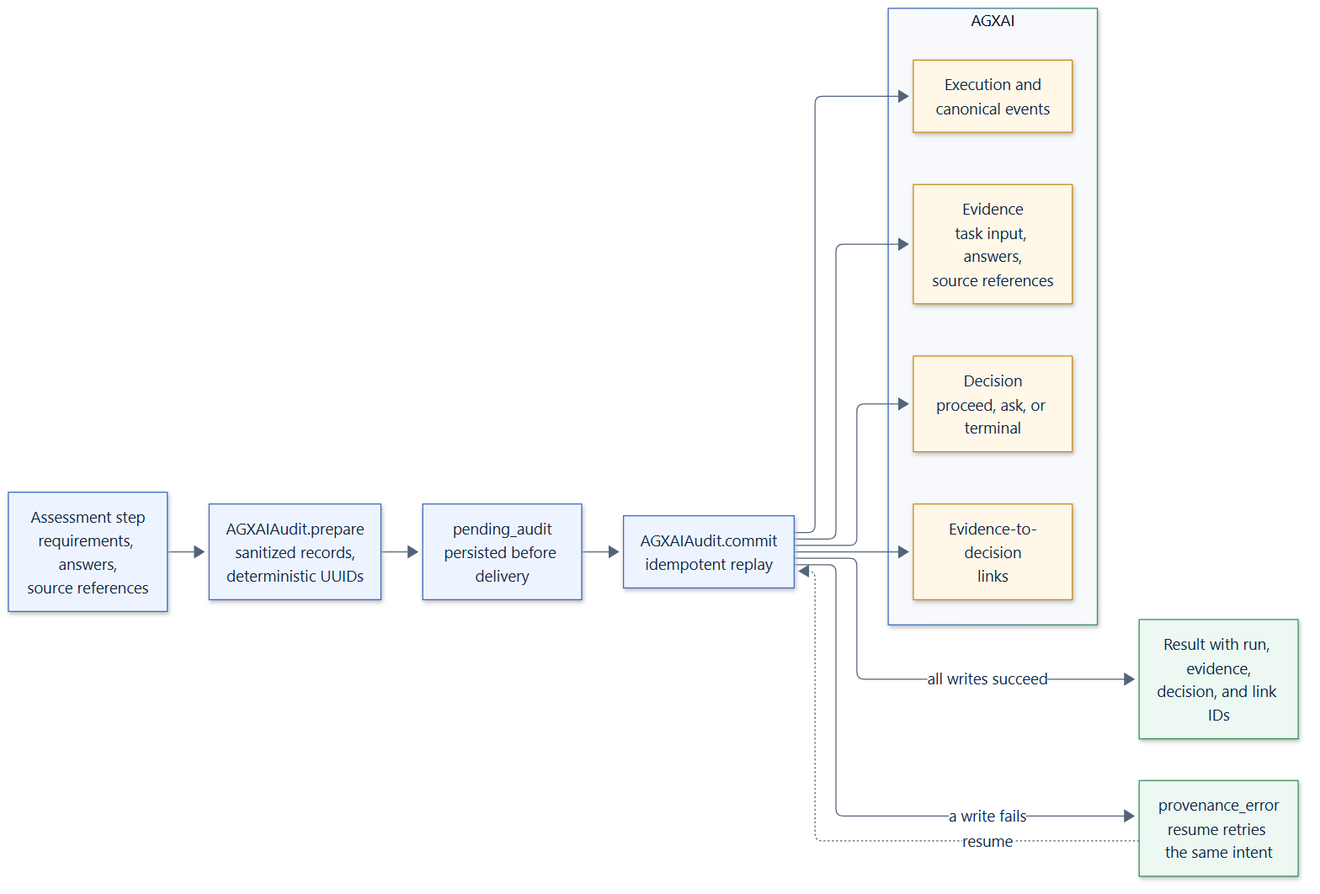
smuniharish/sufficiency-engine keeps this Mermaid diagram as docs/assets/diagrams/provenance-flow.png. Above is the earlier version. Its source is kept beside it as diagrams/provenance-flow.mmd. Source of this version:
```mermaid
flowchart LR
    classDef core fill:#eef4ff,stroke:#3567c7,color:#0f2547
    classDef provider fill:#fff7e8,stroke:#c98a12,color:#0f2547
    classDef app fill:#ecf8f1,stroke:#2f8f5b,color:#0f2547

    state["Assessment step<br/>requirements, answers,<br/>source references"]:::core
    prepare["AGXAIAudit.prepare<br/>sanitized records,<br/>deterministic UUIDs"]:::core
    intent["pending_audit<br/>persisted before delivery"]:::core
    commit["AGXAIAudit.commit<br/>idempotent replay"]:::core

    subgraph AGXAI["AGXAI"]
        execution["Execution and<br/>canonical events"]:::provider
        evidence["Evidence<br/>task input, answers,<br/>source references"]:::provider
        decision["Decision<br/>proceed, ask, or terminal"]:::provider
        links["Evidence-to-decision<br/>links"]:::provider
    end

    result["Result with run, evidence,<br/>decision, and link IDs"]:::app
    retry["provenance_error<br/>resume retries the same intent"]:::app

    state --> prepare --> intent --> commit
    commit --> execution
    commit --> evidence
    commit --> decision
    commit --> links
    commit -- "all writes succeed" --> result
    commit -- "a write fails" --> retry -. "resume" .-> commit
```
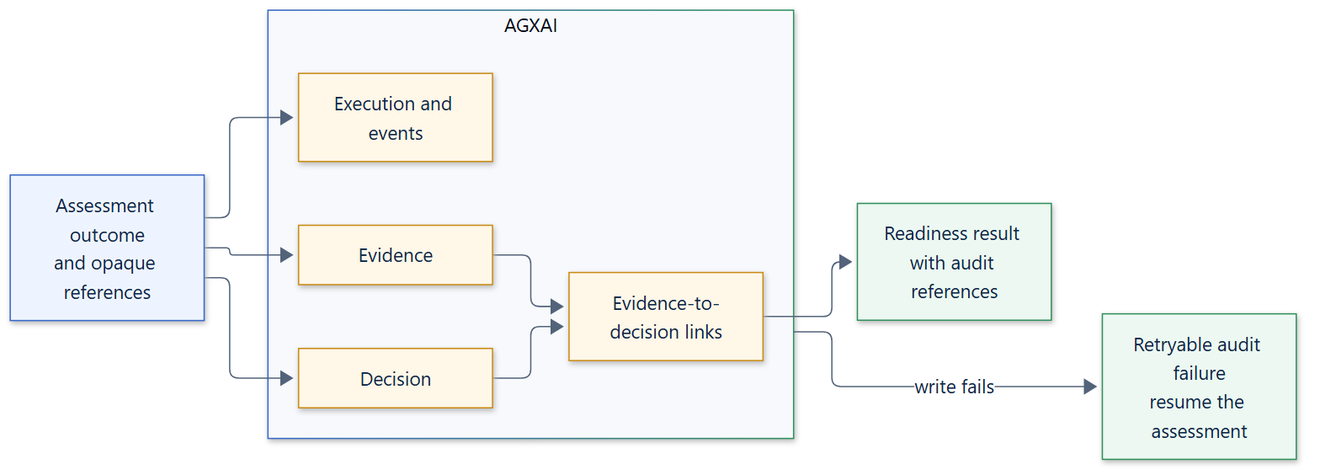
After the commit.

The edit, as a diff of the source:
```diff
@@ -3,25 +3,22 @@
     classDef provider fill:#fff7e8,stroke:#c98a12,color:#0f2547
     classDef app fill:#ecf8f1,stroke:#2f8f5b,color:#0f2547
 
-    state["Assessment step<br/>requirements, answers,<br/>source references"]:::core
-    prepare["AGXAIAudit.prepare<br/>sanitized records,<br/>deterministic UUIDs"]:::core
-    intent["pending_audit<br/>persisted before delivery"]:::core
-    commit["AGXAIAudit.commit<br/>idempotent replay"]:::core
+    state["Assessment outcome<br/>and opaque references"]:::core
 
     subgraph AGXAI["AGXAI"]
-        execution["Execution and<br/>canonical events"]:::provider
-        evidence["Evidence<br/>task input, answers,<br/>source references"]:::provider
-        decision["Decision<br/>proceed, ask, or terminal"]:::provider
-        links["Evidence-to-decision<br/>links"]:::provider
+        execution["Execution and events"]:::provider
+        evidence["Evidence"]:::provider
+        decision["Decision"]:::provider
+        links["Evidence-to-decision links"]:::provider
     end
 
-    result["Result with run, evidence,<br/>decision, and link IDs"]:::app
-    retry["provenance_error<br/>resume retries the same intent"]:::app
+    result["Readiness result with audit references"]:::app
+    retry["Retryable audit failure<br/>resume the assessment"]:::app
 
-    state --> prepare --> intent --> commit
-    commit --> execution
-    commit --> evidence
-    commit --> decision
-    commit --> links
-    commit -- "all writes succeed" --> result
-    commit -- "a write fails" --> retry -. "resume" .-> commit
+    state --> execution
+    state --> evidence
+    state --> decision
+    evidence --> links
+    decision --> links
+    links --> result
+    AGXAI -- "write fails" --> retry
```
